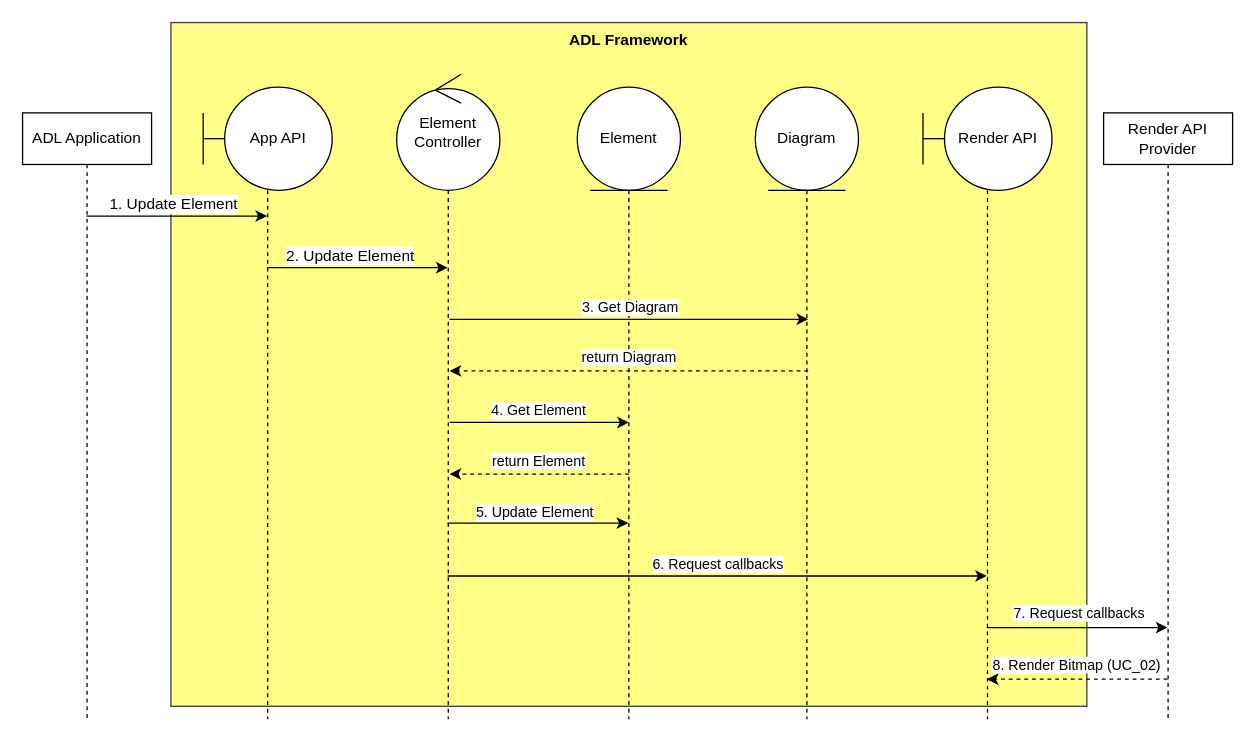
Earlier version of the draw.io diagram UpdateElement.drawio (phunm211/SW-Associate-Architecture). Source tidied: cells renumbered, new cells numbered last; positions are measured from the earlier drawing's top-left corner, leaving out a move shared by most shapes. Both pictures are drawn from the tidied source at 129%, with x=0, y=0 at pixel (22, 22).
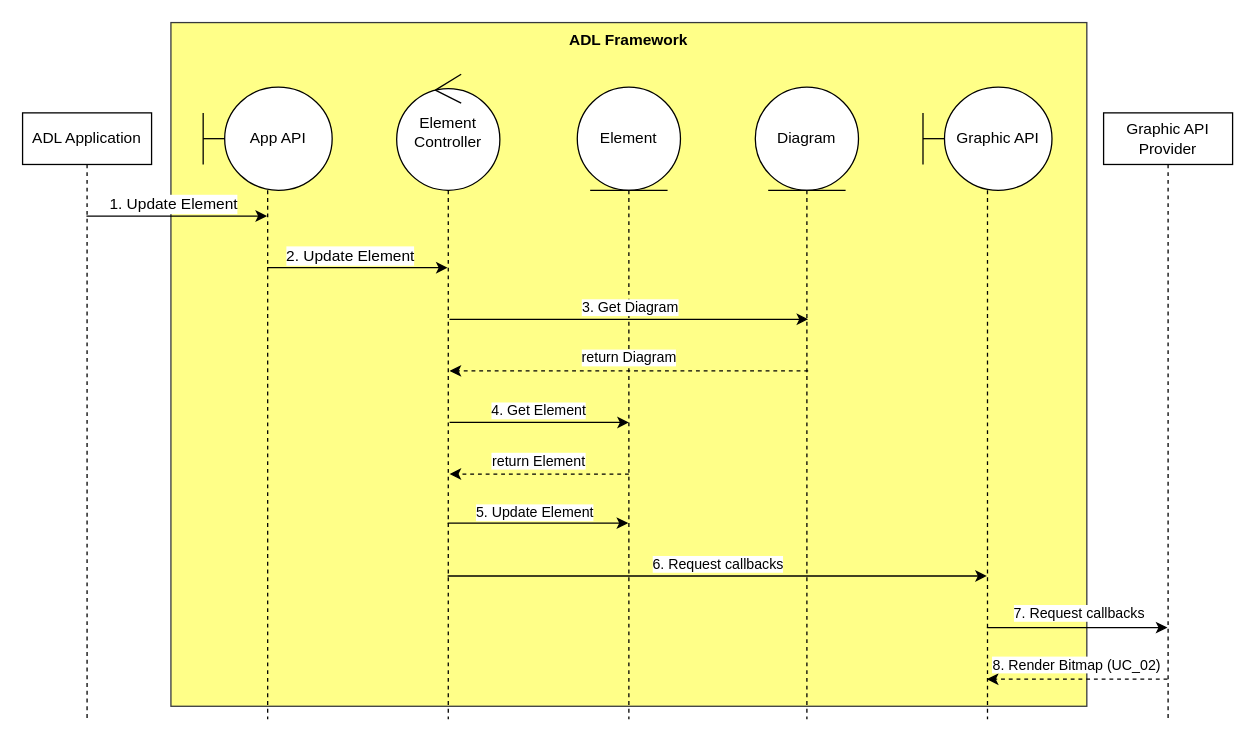
The same page after the edit.

The edit, as a diff of the source:
```diff
@@
-    <mxCell id="20" value="Render API Provider" style="shape=umlLifeline;perimeter=lifelinePerimeter;whiteSpace=wrap;html=1;newEdgeStyle={&quot;curved&quot;:0,&quot;rounded&quot;:0};" parent="1" vertex="1">
+    <mxCell id="20" value="Graphic API Provider" style="shape=umlLifeline;perimeter=lifelinePerimeter;whiteSpace=wrap;html=1;newEdgeStyle={&quot;curved&quot;:0,&quot;rounded&quot;:0};" parent="1" vertex="1">
       <mxGeometry x="838" y="70" width="100" height="470" as="geometry" />
     </mxCell>
@@
-    <mxCell id="23" value="&amp;nbsp; &amp;nbsp; &amp;nbsp;Render API" style="shape=umlLifeline;perimeter=lifelinePerimeter;whiteSpace=wrap;html=1;newEdgeStyle={&quot;curved&quot;:0,&quot;rounded&quot;:0};participant=umlBoundary;size=80;" parent="1" vertex="1">
+    <mxCell id="23" value="&amp;nbsp; &amp;nbsp; &amp;nbsp;Graphic API" style="shape=umlLifeline;perimeter=lifelinePerimeter;whiteSpace=wrap;html=1;newEdgeStyle={&quot;curved&quot;:0,&quot;rounded&quot;:0};participant=umlBoundary;size=80;" parent="1" vertex="1">
       <mxGeometry x="698" y="50" width="100" height="490" as="geometry" />
     </mxCell>
```
